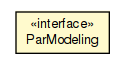
This is apidocs/sorcer/service/ParModeling.png from sorcersoft/sorcersoft.github.io, a Graphviz export, as it was before one commit. Its source is kept beside it as apidocs/sorcer/service/ParModeling.dot.
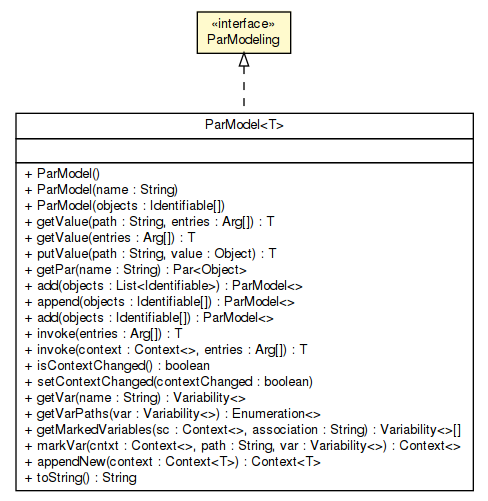
After the commit.

Change to the diagram source:
```diff
@@ -4,10 +4,41 @@
 	node [fontname="Helvetica",fontsize=10,shape=plaintext];
 	nodesep=0.25;
 	ranksep=0.5;
-	c239016 [label=<<table title="sorcer.service.ParModeling" border="0" cellborder="1" cellspacing="0" cellpadding="2" port="p" bgcolor="lemonChiffon" href="./ParModeling.html">
+	c335330 [label=<<table title="sorcer.core.context.model.par.ParModel" border="0" cellborder="1" cellspacing="0" cellpadding="2" port="p" href="../core/context/model/par/ParModel.html">
+		<tr><td><table border="0" cellspacing="0" cellpadding="1">
+<tr><td align="center" balign="center"> ParModel&lt;T&gt; </td></tr>
+		</table></td></tr>
+		<tr><td><table border="0" cellspacing="0" cellpadding="1">
+<tr><td align="left" balign="left">  </td></tr>
+		</table></td></tr>
+		<tr><td><table border="0" cellspacing="0" cellpadding="1">
+<tr><td align="left" balign="left"> + ParModel() </td></tr>
+<tr><td align="left" balign="left"> + ParModel(name : String) </td></tr>
+<tr><td align="left" balign="left"> + ParModel(objects : Identifiable[]) </td></tr>
+<tr><td align="left" balign="left"> + getValue(path : String, entries : Arg[]) : T </td></tr>
+<tr><td align="left" balign="left"> + getValue(entries : Arg[]) : T </td></tr>
+<tr><td align="left" balign="left"> + putValue(path : String, value : Object) : T </td></tr>
+<tr><td align="left" balign="left"> + getPar(name : String) : Par&lt;Object&gt; </td></tr>
+<tr><td align="left" balign="left"> + add(objects : List&lt;Identifiable&gt;) : ParModel&lt;&gt; </td></tr>
+<tr><td align="left" balign="left"> + append(objects : Identifiable[]) : ParModel&lt;&gt; </td></tr>
+<tr><td align="left" balign="left"> + add(objects : Identifiable[]) : ParModel&lt;&gt; </td></tr>
+<tr><td align="left" balign="left"> + invoke(entries : Arg[]) : T </td></tr>
+<tr><td align="left" balign="left"> + invoke(context : Context&lt;&gt;, entries : Arg[]) : T </td></tr>
+<tr><td align="left" balign="left"> + isContextChanged() : boolean </td></tr>
+<tr><td align="left" balign="left"> + setContextChanged(contextChanged : boolean) </td></tr>
+<tr><td align="left" balign="left"> + getVar(name : String) : Variability&lt;&gt; </td></tr>
+<tr><td align="left" balign="left"> + getVarPaths(var : Variability&lt;&gt;) : Enumeration&lt;&gt; </td></tr>
+<tr><td align="left" balign="left"> + getMarkedVariables(sc : Context&lt;&gt;, association : String) : Variability&lt;&gt;[] </td></tr>
+<tr><td align="left" balign="left"> + markVar(cntxt : Context&lt;&gt;, path : String, var : Variability&lt;&gt;) : Context&lt;&gt; </td></tr>
+<tr><td align="left" balign="left"> + appendNew(context : Context&lt;T&gt;) : Context&lt;T&gt; </td></tr>
+<tr><td align="left" balign="left"> + toString() : String </td></tr>
+		</table></td></tr>
+		</table>>, URL="../core/context/model/par/ParModel.html", fontname="Helvetica", fontcolor="black", fontsize=10.0];
+	c335427 [label=<<table title="sorcer.service.ParModeling" border="0" cellborder="1" cellspacing="0" cellpadding="2" port="p" bgcolor="lemonChiffon" href="./ParModeling.html">
 		<tr><td><table border="0" cellspacing="0" cellpadding="1">
 <tr><td align="center" balign="center"> &#171;interface&#187; </td></tr>
 <tr><td align="center" balign="center"> ParModeling </td></tr>
 		</table></td></tr>
 		</table>>, URL="./ParModeling.html", fontname="Helvetica", fontcolor="black", fontsize=10.0];
+	c335427:p -> c335330:p [dir=back,arrowtail=empty,style=dashed];
 }
```
